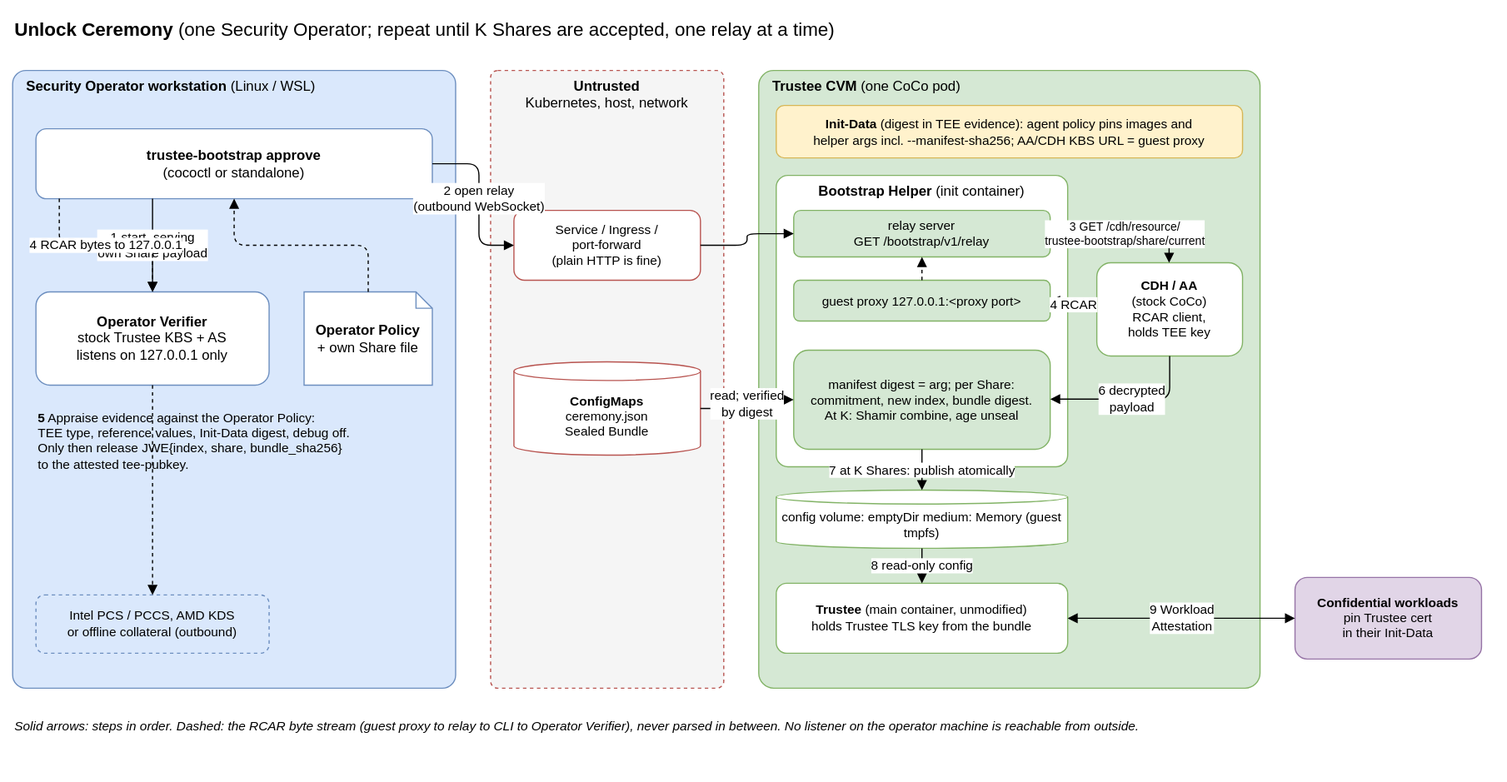
bpradipt/trustee-bootstrap keeps this draw.io diagram as docs/diagrams/unlock-ceremony.drawio.svg. Above is the earlier version. Source tidied: cells renumbered, new cells last; positions are measured from the earlier drawing's top-left corner, leaving out a move shared by most shapes.
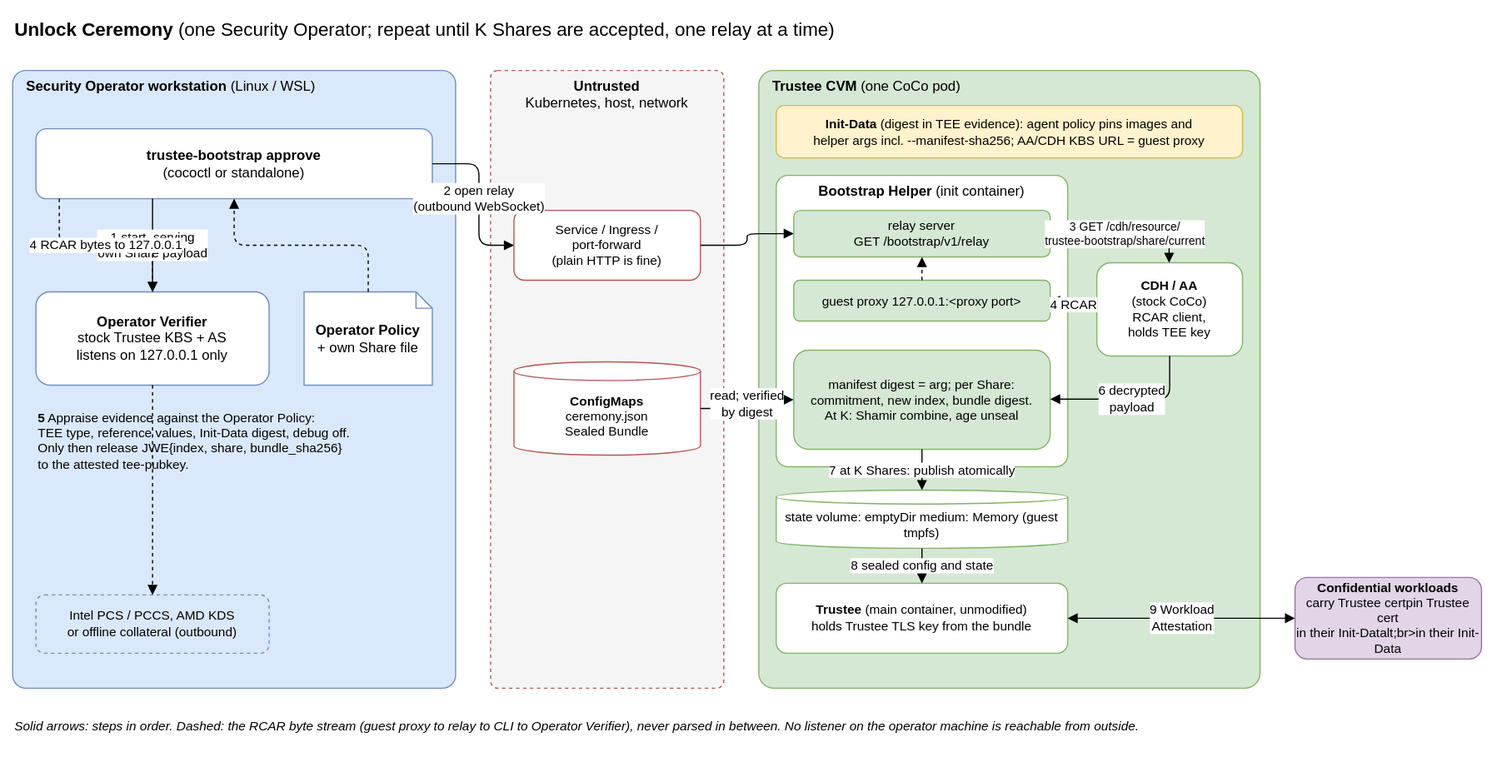
Above is the later version.

Commit message:
Update unlock diagram for the single state volume

The spec now publishes the whole sealed tree onto one writable state
volume, and workloads carry Trustee's certificate as an added trust
root rather than a pin. Relabel the diagram to match, so it no longer
shows a read-only config volume.

The edit, as a diff of the source:
```diff
@@ -53,13 +53,13 @@
     <mxCell id="18" value="&lt;b&gt;CDH / AA&lt;/b&gt;&lt;br&gt;(stock CoCo)&lt;br&gt;RCAR client,&lt;br&gt;holds TEE key" style="rounded=1;whiteSpace=wrap;html=1;fillColor=#ffffff;strokeColor=#82b366;fontSize=11;" parent="1" vertex="1">
       <mxGeometry x="930" y="215" width="125" height="80" as="geometry" />
     </mxCell>
-    <mxCell id="19" value="config volume: emptyDir medium: Memory (guest tmpfs)" style="shape=cylinder3;boundedLbl=1;size=6;whiteSpace=wrap;html=1;fillColor=#ffffff;strokeColor=#82b366;fontSize=11;" parent="1" vertex="1">
+    <mxCell id="19" value="state volume: emptyDir medium: Memory (guest tmpfs)" style="shape=cylinder3;boundedLbl=1;size=6;whiteSpace=wrap;html=1;fillColor=#ffffff;strokeColor=#82b366;fontSize=11;" parent="1" vertex="1">
       <mxGeometry x="655" y="410" width="250" height="50" as="geometry" />
     </mxCell>
     <mxCell id="20" value="&lt;b&gt;Trustee&lt;/b&gt; (main container, unmodified)&lt;br&gt;holds Trustee TLS key from the bundle" style="rounded=1;whiteSpace=wrap;html=1;fillColor=#ffffff;strokeColor=#82b366;fontSize=11;" parent="1" vertex="1">
       <mxGeometry x="655" y="490" width="250" height="60" as="geometry" />
     </mxCell>
-    <mxCell id="21" value="&lt;b&gt;Confidential workloads&lt;/b&gt;&lt;br&gt;pin Trustee cert&lt;br&gt;in their Init-Data" style="rounded=1;whiteSpace=wrap;html=1;fillColor=#e1d5e7;strokeColor=#9673a6;fontSize=11;" parent="1" vertex="1">
+    <mxCell id="21" value="&lt;b&gt;Confidential workloads&lt;/b&gt;&lt;br&gt;carry Trustee certpin Trustee cert&lt;br&gt;in their Init-Datalt;br&gt;in their Init-Data" style="rounded=1;whiteSpace=wrap;html=1;fillColor=#e1d5e7;strokeColor=#9673a6;fontSize=11;" parent="1" vertex="1">
       <mxGeometry x="1100" y="485" width="160" height="70" as="geometry" />
     </mxCell>
     <mxCell id="22" value="Solid arrows: steps in order. Dashed: the RCAR byte stream (guest proxy to relay to CLI to Operator Verifier), never parsed in between. No listener on the operator machine is reachable from outside." style="text;html=1;align=left;verticalAlign=top;whiteSpace=wrap;fontSize=11;fontStyle=2;" parent="1" vertex="1">
@@ -122,7 +122,7 @@
     <mxCell id="34" value="7 at K Shares: publish atomically" style="html=1;fontSize=11;endArrow=block;labelBackgroundColor=#ffffff;" parent="1" edge="1" source="17" target="19">
       <mxGeometry relative="1" as="geometry" />
     </mxCell>
-    <mxCell id="35" value="8 read-only config" style="html=1;fontSize=11;endArrow=block;labelBackgroundColor=#ffffff;" parent="1" edge="1" source="19" target="20">
+    <mxCell id="35" value="8 sealed config and state" style="html=1;fontSize=11;endArrow=block;labelBackgroundColor=#ffffff;" parent="1" edge="1" source="19" target="20">
       <mxGeometry relative="1" as="geometry" />
     </mxCell>
     <mxCell id="36" value="9 Workload&lt;br&gt;Attestation" style="edgeStyle=orthogonalEdgeStyle;rounded=1;html=1;fontSize=11;endArrow=block;startArrow=block;labelBackgroundColor=#ffffff;" parent="1" edge="1" source="20" target="21">
```
